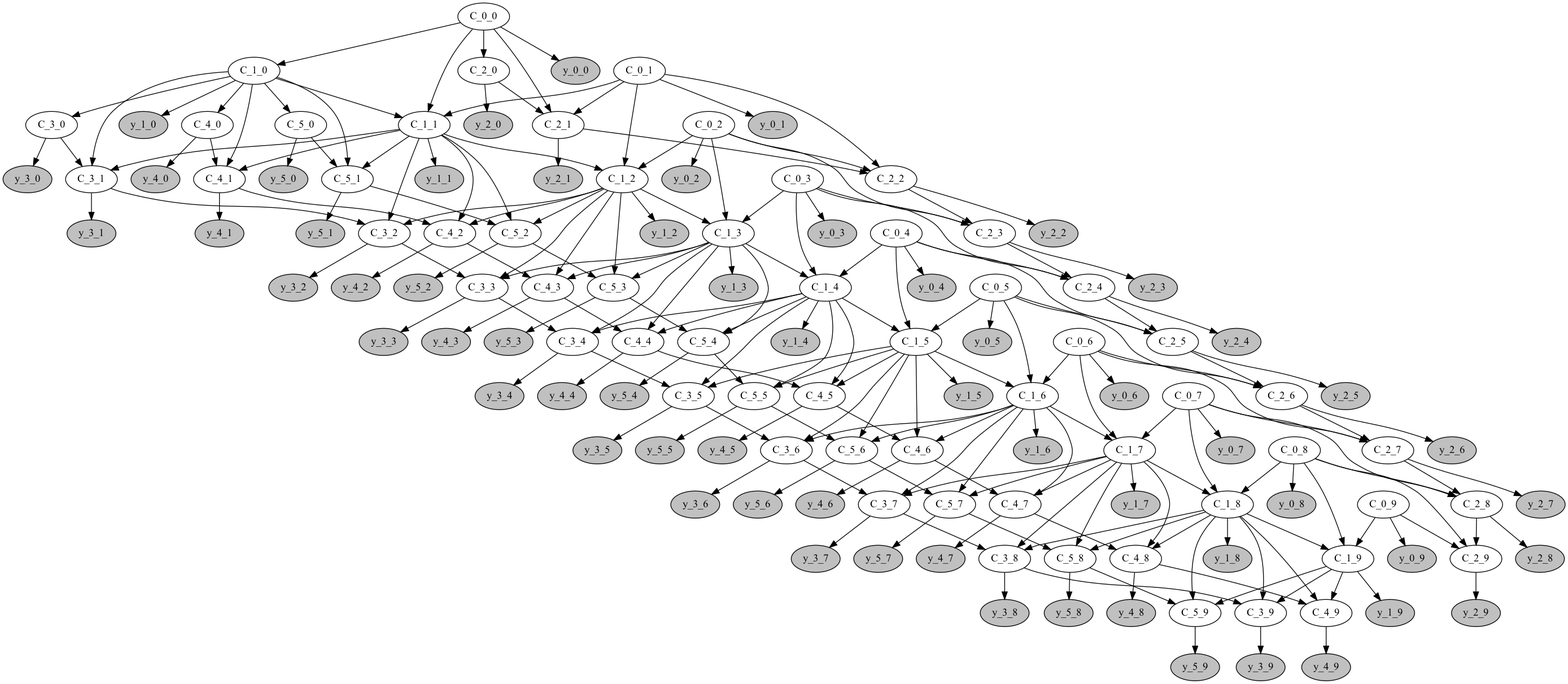
This is fig/graph.png from Lagergren-Lab/victree, a Graphviz export, as it was before one commit. Its source is kept beside it as fig/graph.gv.
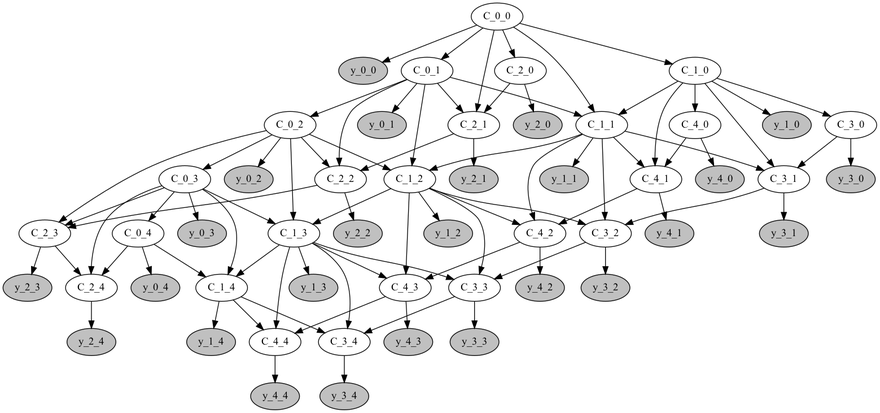
The same diagram one commit later.

What changed in the source:
```diff
@@ -9,16 +9,6 @@
 	y_0_3 [label=y_0_3 fillcolor=grey shape=ellipse style=filled]
 	C_0_4 [label=C_0_4 fillcolor=white shape=ellipse style=filled]
 	y_0_4 [label=y_0_4 fillcolor=grey shape=ellipse style=filled]
-	C_0_5 [label=C_0_5 fillcolor=white shape=ellipse style=filled]
-	y_0_5 [label=y_0_5 fillcolor=grey shape=ellipse style=filled]
-	C_0_6 [label=C_0_6 fillcolor=white shape=ellipse style=filled]
-	y_0_6 [label=y_0_6 fillcolor=grey shape=ellipse style=filled]
-	C_0_7 [label=C_0_7 fillcolor=white shape=ellipse style=filled]
-	y_0_7 [label=y_0_7 fillcolor=grey shape=ellipse style=filled]
-	C_0_8 [label=C_0_8 fillcolor=white shape=ellipse style=filled]
-	y_0_8 [label=y_0_8 fillcolor=grey shape=ellipse style=filled]
-	C_0_9 [label=C_0_9 fillcolor=white shape=ellipse style=filled]
-	y_0_9 [label=y_0_9 fillcolor=grey shape=ellipse style=filled]
 	C_1_0 [label=C_1_0 fillcolor=white shape=ellipse style=filled]
 	y_1_0 [label=y_1_0 fillcolor=grey shape=ellipse style=filled]
 	C_1_1 [label=C_1_1 fillcolor=white shape=ellipse style=filled]
@@ -29,16 +19,6 @@
 	y_1_3 [label=y_1_3 fillcolor=grey shape=ellipse style=filled]
 	C_1_4 [label=C_1_4 fillcolor=white shape=ellipse style=filled]
 	y_1_4 [label=y_1_4 fillcolor=grey shape=ellipse style=filled]
-	C_1_5 [label=C_1_5 fillcolor=white shape=ellipse style=filled]
-	y_1_5 [label=y_1_5 fillcolor=grey shape=ellipse style=filled]
-	C_1_6 [label=C_1_6 fillcolor=white shape=ellipse style=filled]
-	y_1_6 [label=y_1_6 fillcolor=grey shape=ellipse style=filled]
-	C_1_7 [label=C_1_7 fillcolor=white shape=ellipse style=filled]
-	y_1_7 [label=y_1_7 fillcolor=grey shape=ellipse style=filled]
-	C_1_8 [label=C_1_8 fillcolor=white shape=ellipse style=filled]
-	y_1_8 [label=y_1_8 fillcolor=grey shape=ellipse style=filled]
-	C_1_9 [label=C_1_9 fillcolor=white shape=ellipse style=filled]
-	y_1_9 [label=y_1_9 fillcolor=grey shape=ellipse style=filled]
 	C_3_0 [label=C_3_0 fillcolor=white shape=ellipse style=filled]
 	y_3_0 [label=y_3_0 fillcolor=grey shape=ellipse style=filled]
 	C_3_1 [label=C_3_1 fillcolor=white shape=ellipse style=filled]
@@ -49,16 +29,6 @@
 	y_3_3 [label=y_3_3 fillcolor=grey shape=ellipse style=filled]
 	C_3_4 [label=C_3_4 fillcolor=white shape=ellipse style=filled]
 	y_3_4 [label=y_3_4 fillcolor=grey shape=ellipse style=filled]
-	C_3_5 [label=C_3_5 fillcolor=white shape=ellipse style=filled]
-	y_3_5 [label=y_3_5 fillcolor=grey shape=ellipse style=filled]
-	C_3_6 [label=C_3_6 fillcolor=white shape=ellipse style=filled]
-	y_3_6 [label=y_3_6 fillcolor=grey shape=ellipse style=filled]
-	C_3_7 [label=C_3_7 fillcolor=white shape=ellipse style=filled]
-	y_3_7 [label=y_3_7 fillcolor=grey shape=ellipse style=filled]
-	C_3_8 [label=C_3_8 fillcolor=white shape=ellipse style=filled]
-	y_3_8 [label=y_3_8 fillcolor=grey shape=ellipse style=filled]
-	C_3_9 [label=C_3_9 fillcolor=white shape=ellipse style=filled]
-	y_3_9 [label=y_3_9 fillcolor=grey shape=ellipse style=filled]
 	C_4_0 [label=C_4_0 fillcolor=white shape=ellipse style=filled]
 	y_4_0 [label=y_4_0 fillcolor=grey shape=ellipse style=filled]
 	C_4_1 [label=C_4_1 fillcolor=white shape=ellipse style=filled]
@@ -69,36 +39,6 @@
 	y_4_3 [label=y_4_3 fillcolor=grey shape=ellipse style=filled]
 	C_4_4 [label=C_4_4 fillcolor=white shape=ellipse style=filled]
 	y_4_4 [label=y_4_4 fillcolor=grey shape=ellipse style=filled]
-	C_4_5 [label=C_4_5 fillcolor=white shape=ellipse style=filled]
-	y_4_5 [label=y_4_5 fillcolor=grey shape=ellipse style=filled]
-	C_4_6 [label=C_4_6 fillcolor=white shape=ellipse style=filled]
-	y_4_6 [label=y_4_6 fillcolor=grey shape=ellipse style=filled]
-	C_4_7 [label=C_4_7 fillcolor=white shape=ellipse style=filled]
-	y_4_7 [label=y_4_7 fillcolor=grey shape=ellipse style=filled]
-	C_4_8 [label=C_4_8 fillcolor=white shape=ellipse style=filled]
-	y_4_8 [label=y_4_8 fillcolor=grey shape=ellipse style=filled]
-	C_4_9 [label=C_4_9 fillcolor=white shape=ellipse style=filled]
-	y_4_9 [label=y_4_9 fillcolor=grey shape=ellipse style=filled]
-	C_5_0 [label=C_5_0 fillcolor=white shape=ellipse style=filled]
-	y_5_0 [label=y_5_0 fillcolor=grey shape=ellipse style=filled]
-	C_5_1 [label=C_5_1 fillcolor=white shape=ellipse style=filled]
-	y_5_1 [label=y_5_1 fillcolor=grey shape=ellipse style=filled]
-	C_5_2 [label=C_5_2 fillcolor=white shape=ellipse style=filled]
-	y_5_2 [label=y_5_2 fillcolor=grey shape=ellipse style=filled]
-	C_5_3 [label=C_5_3 fillcolor=white shape=ellipse style=filled]
-	y_5_3 [label=y_5_3 fillcolor=grey shape=ellipse style=filled]
-	C_5_4 [label=C_5_4 fillcolor=white shape=ellipse style=filled]
-	y_5_4 [label=y_5_4 fillcolor=grey shape=ellipse style=filled]
-	C_5_5 [label=C_5_5 fillcolor=white shape=ellipse style=filled]
-	y_5_5 [label=y_5_5 fillcolor=grey shape=ellipse style=filled]
-	C_5_6 [label=C_5_6 fillcolor=white shape=ellipse style=filled]
-	y_5_6 [label=y_5_6 fillcolor=grey shape=ellipse style=filled]
-	C_5_7 [label=C_5_7 fillcolor=white shape=ellipse style=filled]
-	y_5_7 [label=y_5_7 fillcolor=grey shape=ellipse style=filled]
-	C_5_8 [label=C_5_8 fillcolor=white shape=ellipse style=filled]
-	y_5_8 [label=y_5_8 fillcolor=grey shape=ellipse style=filled]
-	C_5_9 [label=C_5_9 fillcolor=white shape=ellipse style=filled]
-	y_5_9 [label=y_5_9 fillcolor=grey shape=ellipse style=filled]
 	C_2_0 [label=C_2_0 fillcolor=white shape=ellipse style=filled]
 	y_2_0 [label=y_2_0 fillcolor=grey shape=ellipse style=filled]
 	C_2_1 [label=C_2_1 fillcolor=white shape=ellipse style=filled]
@@ -109,64 +49,33 @@
 	y_2_3 [label=y_2_3 fillcolor=grey shape=ellipse style=filled]
 	C_2_4 [label=C_2_4 fillcolor=white shape=ellipse style=filled]
 	y_2_4 [label=y_2_4 fillcolor=grey shape=ellipse style=filled]
-	C_2_5 [label=C_2_5 fillcolor=white shape=ellipse style=filled]
-	y_2_5 [label=y_2_5 fillcolor=grey shape=ellipse style=filled]
-	C_2_6 [label=C_2_6 fillcolor=white shape=ellipse style=filled]
-	y_2_6 [label=y_2_6 fillcolor=grey shape=ellipse style=filled]
-	C_2_7 [label=C_2_7 fillcolor=white shape=ellipse style=filled]
-	y_2_7 [label=y_2_7 fillcolor=grey shape=ellipse style=filled]
-	C_2_8 [label=C_2_8 fillcolor=white shape=ellipse style=filled]
-	y_2_8 [label=y_2_8 fillcolor=grey shape=ellipse style=filled]
-	C_2_9 [label=C_2_9 fillcolor=white shape=ellipse style=filled]
-	y_2_9 [label=y_2_9 fillcolor=grey shape=ellipse style=filled]
 	C_0_0 -> y_0_0
+	C_0_0 -> C_0_1
 	C_0_1 -> y_0_1
+	C_0_1 -> C_0_2
 	C_0_2 -> y_0_2
+	C_0_2 -> C_0_3
 	C_0_3 -> y_0_3
+	C_0_3 -> C_0_4
 	C_0_4 -> y_0_4
-	C_0_5 -> y_0_5
-	C_0_6 -> y_0_6
-	C_0_7 -> y_0_7
-	C_0_8 -> y_0_8
-	C_0_9 -> y_0_9
 	C_0_0 -> C_1_0
 	C_1_0 -> y_1_0
 	C_0_0 -> C_1_1
+	C_1_0 -> C_1_1
 	C_0_1 -> C_1_1
-	C_1_0 -> C_1_1
 	C_1_1 -> y_1_1
+	C_0_1 -> C_1_2
 	C_0_2 -> C_1_2
-	C_0_1 -> C_1_2
 	C_1_1 -> C_1_2
 	C_1_2 -> y_1_2
-	C_0_3 -> C_1_3
 	C_1_2 -> C_1_3
 	C_0_2 -> C_1_3
+	C_0_3 -> C_1_3
 	C_1_3 -> y_1_3
 	C_0_3 -> C_1_4
 	C_0_4 -> C_1_4
 	C_1_3 -> C_1_4
 	C_1_4 -> y_1_4
-	C_0_4 -> C_1_5
-	C_0_5 -> C_1_5
-	C_1_4 -> C_1_5
-	C_1_5 -> y_1_5
-	C_0_6 -> C_1_6
-	C_0_5 -> C_1_6
-	C_1_5 -> C_1_6
-	C_1_6 -> y_1_6
-	C_0_6 -> C_1_7
-	C_1_6 -> C_1_7
-	C_0_7 -> C_1_7
-	C_1_7 -> y_1_7
-	C_1_7 -> C_1_8
-	C_0_8 -> C_1_8
-	C_0_7 -> C_1_8
-	C_1_8 -> y_1_8
-	C_0_9 -> C_1_9
-	C_0_8 -> C_1_9
-	C_1_8 -> C_1_9
-	C_1_9 -> y_1_9
 	C_1_0 -> C_3_0
 	C_3_0 -> y_3_0
 	C_3_0 -> C_3_1
@@ -174,149 +83,51 @@
 	C_1_1 -> C_3_1
 	C_3_1 -> y_3_1
 	C_1_2 -> C_3_2
+	C_3_1 -> C_3_2
 	C_1_1 -> C_3_2
-	C_3_1 -> C_3_2
 	C_3_2 -> y_3_2
+	C_3_2 -> C_3_3
+	C_1_3 -> C_3_3
 	C_1_2 -> C_3_3
-	C_1_3 -> C_3_3
-	C_3_2 -> C_3_3
 	C_3_3 -> y_3_3
 	C_1_3 -> C_3_4
 	C_3_3 -> C_3_4
 	C_1_4 -> C_3_4
 	C_3_4 -> y_3_4
-	C_3_4 -> C_3_5
-	C_1_5 -> C_3_5
-	C_1_4 -> C_3_5
-	C_3_5 -> y_3_5
-	C_1_6 -> C_3_6
-	C_3_5 -> C_3_6
-	C_1_5 -> C_3_6
-	C_3_6 -> y_3_6
-	C_1_7 -> C_3_7
-	C_1_6 -> C_3_7
-	C_3_6 -> C_3_7
-	C_3_7 -> y_3_7
-	C_1_7 -> C_3_8
-	C_3_7 -> C_3_8
-	C_1_8 -> C_3_8
-	C_3_8 -> y_3_8
-	C_3_8 -> C_3_9
-	C_1_9 -> C_3_9
-	C_1_8 -> C_3_9
-	C_3_9 -> y_3_9
 	C_1_0 -> C_4_0
 	C_4_0 -> y_4_0
+	C_1_0 -> C_4_1
 	C_4_0 -> C_4_1
-	C_1_0 -> C_4_1
 	C_1_1 -> C_4_1
 	C_4_1 -> y_4_1
+	C_4_1 -> C_4_2
 	C_1_2 -> C_4_2
-	C_4_1 -> C_4_2
 	C_1_1 -> C_4_2
 	C_4_2 -> y_4_2
+	C_1_3 -> C_4_3
+	C_1_2 -> C_4_3
 	C_4_2 -> C_4_3
-	C_1_2 -> C_4_3
-	C_1_3 -> C_4_3
 	C_4_3 -> y_4_3
+	C_4_3 -> C_4_4
 	C_1_3 -> C_4_4
-	C_4_3 -> C_4_4
 	C_1_4 -> C_4_4
 	C_4_4 -> y_4_4
-	C_4_4 -> C_4_5
-	C_1_5 -> C_4_5
-	C_1_4 -> C_4_5
-	C_4_5 -> y_4_5
-	C_1_6 -> C_4_6
-	C_4_5 -> C_4_6
-	C_1_5 -> C_4_6
-	C_4_6 -> y_4_6
-	C_1_7 -> C_4_7
-	C_1_6 -> C_4_7
-	C_4_6 -> C_4_7
-	C_4_7 -> y_4_7
-	C_1_7 -> C_4_8
-	C_4_7 -> C_4_8
-	C_1_8 -> C_4_8
-	C_4_8 -> y_4_8
-	C_4_8 -> C_4_9
-	C_1_9 -> C_4_9
-	C_1_8 -> C_4_9
-	C_4_9 -> y_4_9
-	C_1_0 -> C_5_0
-	C_5_0 -> y_5_0
-	C_1_0 -> C_5_1
-	C_1_1 -> C_5_1
-	C_5_0 -> C_5_1
-	C_5_1 -> y_5_1
-	C_5_1 -> C_5_2
-	C_1_2 -> C_5_2
-	C_1_1 -> C_5_2
-	C_5_2 -> y_5_2
-	C_1_2 -> C_5_3
-	C_1_3 -> C_5_3
-	C_5_2 -> C_5_3
-	C_5_3 -> y_5_3
-	C_5_3 -> C_5_4
-	C_1_3 -> C_5_4
-	C_1_4 -> C_5_4
-	C_5_4 -> y_5_4
-	C_5_4 -> C_5_5
-	C_1_5 -> C_5_5
-	C_1_4 -> C_5_5
-	C_5_5 -> y_5_5
-	C_1_6 -> C_5_6
-	C_5_5 -> C_5_6
-	C_1_5 -> C_5_6
-	C_5_6 -> y_5_6
-	C_1_7 -> C_5_7
-	C_5_6 -> C_5_7
-	C_1_6 -> C_5_7
-	C_5_7 -> y_5_7
-	C_1_7 -> C_5_8
-	C_5_7 -> C_5_8
-	C_1_8 -> C_5_8
-	C_5_8 -> y_5_8
-	C_5_8 -> C_5_9
-	C_1_9 -> C_5_9
-	C_1_8 -> C_5_9
-	C_5_9 -> y_5_9
 	C_0_0 -> C_2_0
 	C_2_0 -> y_2_0
 	C_0_0 -> C_2_1
+	C_2_0 -> C_2_1
 	C_0_1 -> C_2_1
-	C_2_0 -> C_2_1
 	C_2_1 -> y_2_1
+	C_2_1 -> C_2_2
 	C_0_1 -> C_2_2
-	C_2_1 -> C_2_2
 	C_0_2 -> C_2_2
 	C_2_2 -> y_2_2
 	C_2_2 -> C_2_3
+	C_0_2 -> C_2_3
 	C_0_3 -> C_2_3
-	C_0_2 -> C_2_3
 	C_2_3 -> y_2_3
-	C_0_3 -> C_2_4
 	C_0_4 -> C_2_4
 	C_2_3 -> C_2_4
+	C_0_3 -> C_2_4
 	C_2_4 -> y_2_4
-	C_0_4 -> C_2_5
-	C_0_5 -> C_2_5
-	C_2_4 -> C_2_5
-	C_2_5 -> y_2_5
-	C_0_6 -> C_2_6
-	C_2_5 -> C_2_6
-	C_0_5 -> C_2_6
-	C_2_6 -> y_2_6
-	C_0_6 -> C_2_7
-	C_2_6 -> C_2_7
-	C_0_7 -> C_2_7
-	C_2_7 -> y_2_7
-	C_2_7 -> C_2_8
-	C_0_8 -> C_2_8
-	C_0_7 -> C_2_8
-	C_2_8 -> y_2_8
-	C_2_8 -> C_2_9
-	C_0_9 -> C_2_9
-	C_0_8 -> C_2_9
-	C_2_9 -> y_2_9
 }
```
